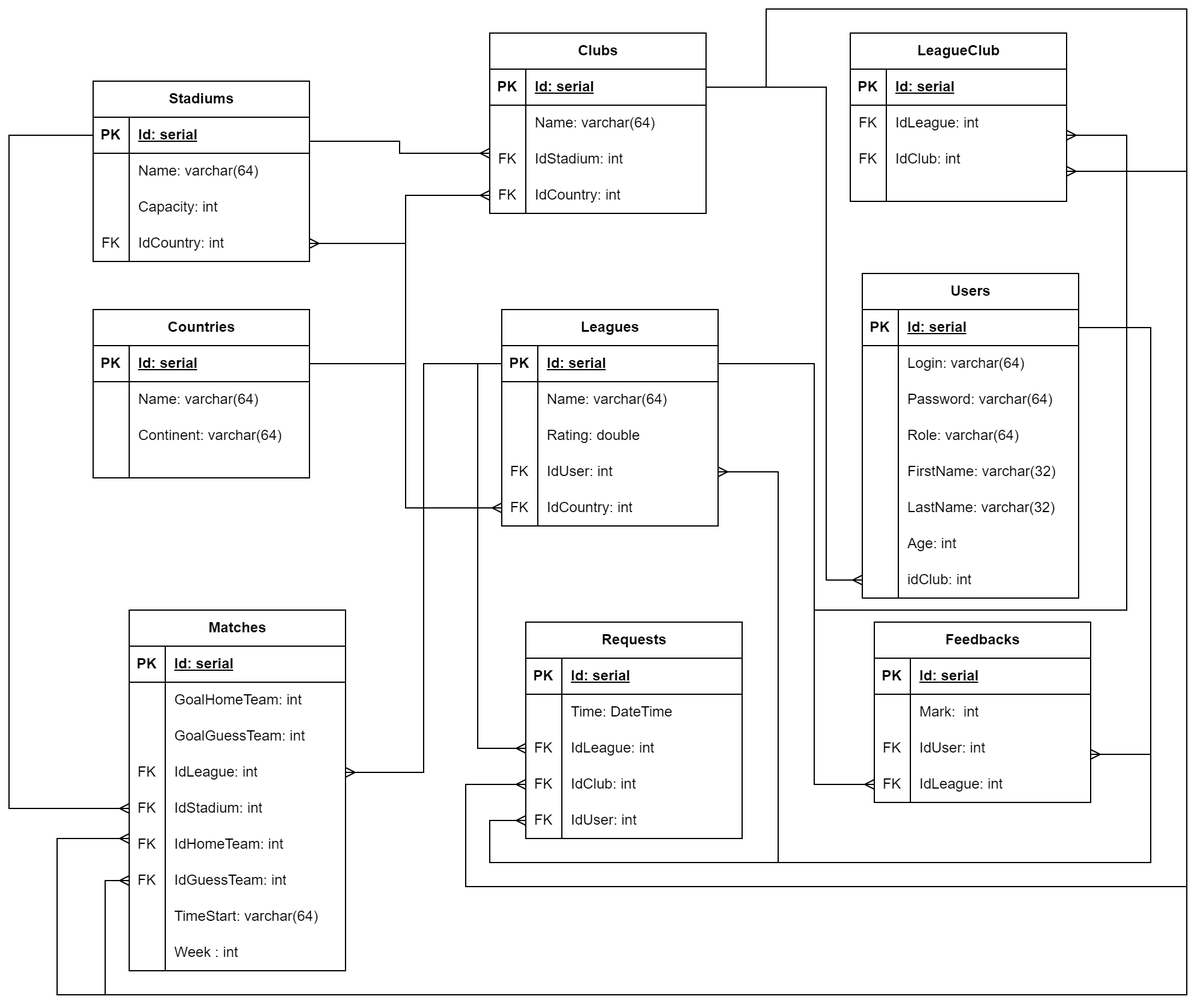
Above: docs/img/ERD.png in hieubichpro/6-SEM-DB-CP (draw.io), before the change. Source tidied: cells renumbered, new cells last; positions are measured from the earlier drawing's top-left corner, leaving out a move shared by most shapes.
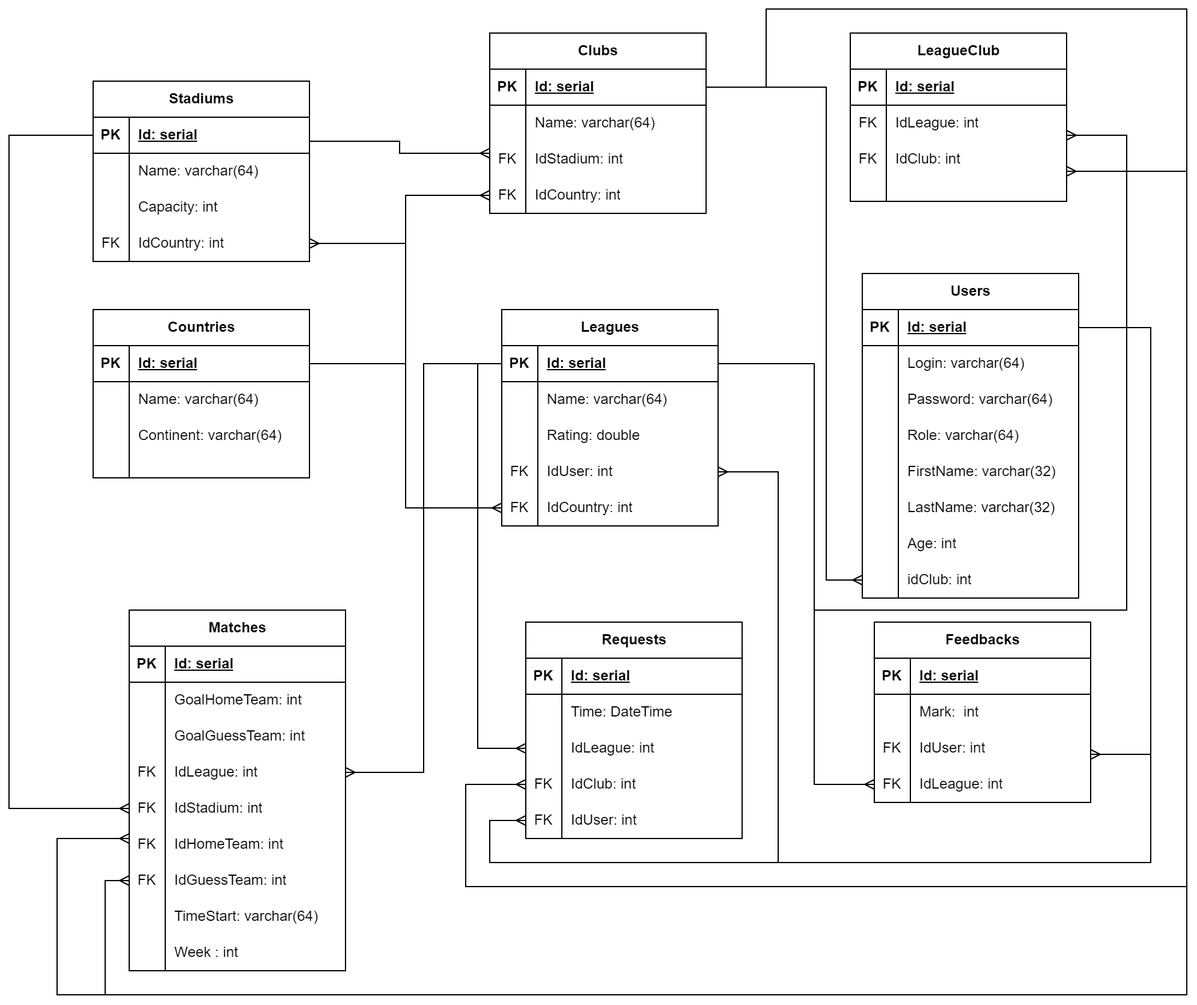
The same diagram one commit later.

What changed in the source:
```diff
@@ -389,7 +389,7 @@
     <mxCell id="130" style="shape=tableRow;horizontal=0;startSize=0;swimlaneHead=0;swimlaneBody=0;fillColor=none;points=[[0,0.5],[1,0.5]];portConstraint=eastwest;top=0;left=0;right=0;bottom=0;" parent="123" vertex="1">
       <mxGeometry y="90" width="180" height="30" as="geometry" />
     </mxCell>
-    <mxCell id="131" value="FK" style="shape=partialRectangle;fillColor=none;top=0;left=0;bottom=0;right=0;overflow=hidden;whiteSpace=wrap;html=1;" parent="130" vertex="1">
+    <mxCell id="131" style="shape=partialRectangle;fillColor=none;top=0;left=0;bottom=0;right=0;overflow=hidden;whiteSpace=wrap;html=1;" parent="130" vertex="1">
       <mxGeometry width="30" height="30" as="geometry" />
     </mxCell>
     <mxCell id="132" value="IdLeague: int" style="shape=partialRectangle;fillColor=none;top=0;left=0;bottom=0;right=0;align=left;spacingLeft=6;overflow=hidden;whiteSpace=wrap;html=1;" parent="130" vertex="1">
```
